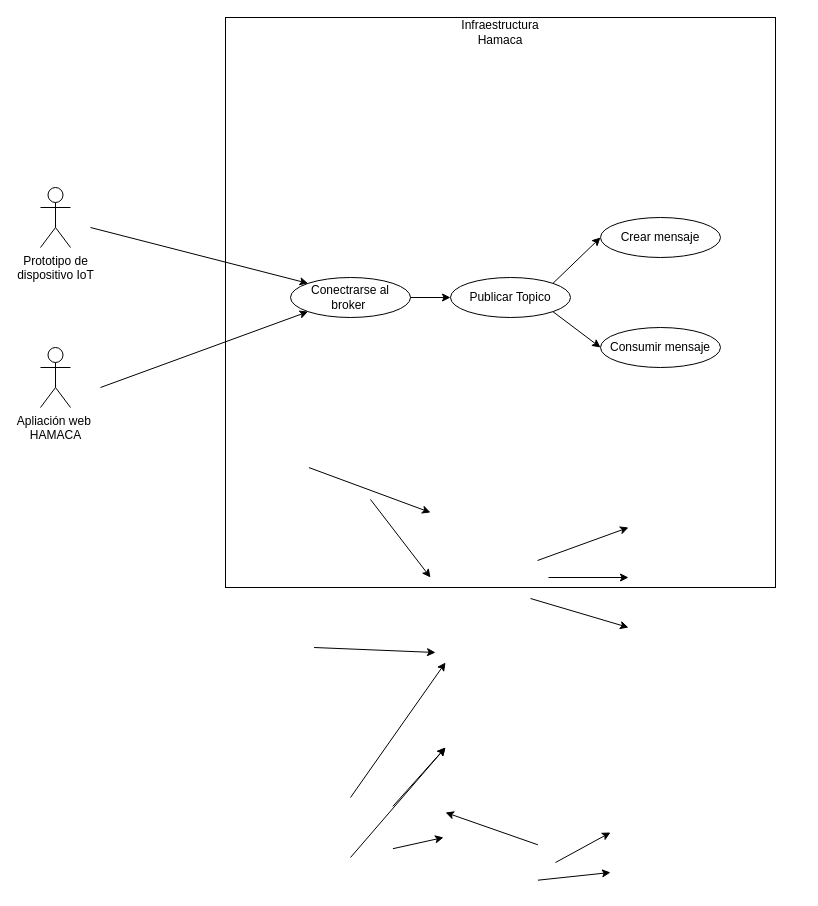
Above: page "Página-4" (4 of 4) of Esquematicos/Diagrama sin título.drawio in peterjuse/teg-documents (draw.io), before the change. Source tidied: cells renumbered, new cells numbered last; positions are measured from the earlier drawing's top-left corner, leaving out a move shared by most shapes. Both pictures are drawn from the tidied source at 100%, with x=0, y=0 at pixel (40, 17).
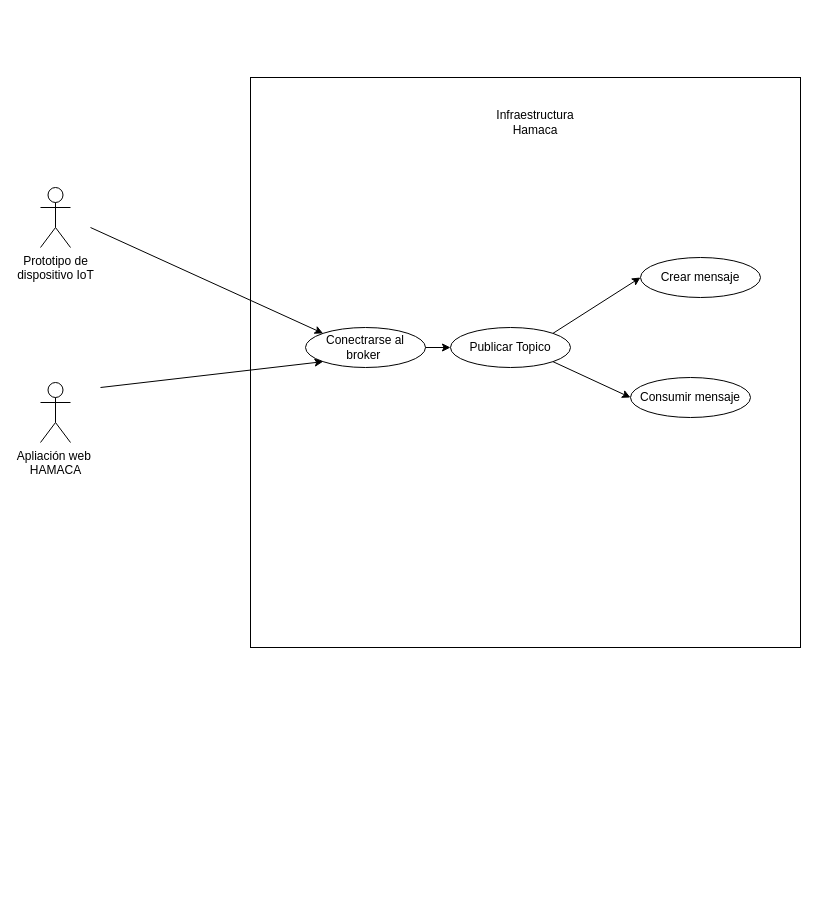
Above is the later version.

Change to the diagram source:
```diff
@@
     <mxCell id="3" style="rounded=0;whiteSpace=wrap;html=1;fillColor=none;" parent="1" vertex="1">
-      <mxGeometry x="185" width="550" height="570" as="geometry" />
+      <mxGeometry x="210" y="60" width="550" height="570" as="geometry" />
     </mxCell>
     <mxCell id="4" value="Conectrarse al broker&amp;nbsp;" style="ellipse;whiteSpace=wrap;html=1;fillColor=none;" parent="1" vertex="1">
-      <mxGeometry x="250" y="260" width="120" height="40" as="geometry" />
+      <mxGeometry x="265" y="310" width="120" height="40" as="geometry" />
     </mxCell>
     <mxCell id="5" value="Crear mensaje" style="ellipse;whiteSpace=wrap;html=1;fillColor=none;" parent="1" vertex="1">
-      <mxGeometry x="560" y="200" width="120" height="40" as="geometry" />
+      <mxGeometry x="600" y="240" width="120" height="40" as="geometry" />
     </mxCell>
@@
     <mxCell id="7" value="Publicar Topico" style="ellipse;whiteSpace=wrap;html=1;fillColor=none;" parent="1" vertex="1">
-      <mxGeometry x="410" y="260" width="120" height="40" as="geometry" />
+      <mxGeometry x="410" y="310" width="120" height="40" as="geometry" />
     </mxCell>
@@
-    <mxCell id="9" style="endArrow=classic;html=1;rounded=0;entryX=0;entryY=0.5;entryDx=0;entryDy=0;exitX=1;exitY=0;exitDx=0;exitDy=0;" parent="1" edge="1">
-      <mxGeometry relative="1" as="geometry">
-        <mxPoint x="497" y="543" as="sourcePoint" />
-        <mxPoint x="588" y="510" as="targetPoint" />
-      </mxGeometry>
-    </mxCell>
-    <mxCell id="10" style="endArrow=classic;html=1;rounded=0;entryX=0;entryY=0.5;entryDx=0;entryDy=0;exitX=1;exitY=1;exitDx=0;exitDy=0;" parent="1" edge="1">
-      <mxGeometry relative="1" as="geometry">
-        <mxPoint x="490" y="581" as="sourcePoint" />
-        <mxPoint x="588" y="610" as="targetPoint" />
-      </mxGeometry>
-    </mxCell>
-    <mxCell id="11" style="edgeStyle=orthogonalEdgeStyle;rounded=0;orthogonalLoop=1;jettySize=auto;html=1;exitX=1;exitY=0.5;exitDx=0;exitDy=0;" parent="1" edge="1">
-      <mxGeometry relative="1" as="geometry">
-        <mxPoint x="508" y="560" as="sourcePoint" />
-        <mxPoint x="588" y="560" as="targetPoint" />
-      </mxGeometry>
-    </mxCell>
-    <mxCell id="12" style="endArrow=classic;html=1;rounded=0;entryX=0;entryY=0.5;entryDx=0;entryDy=0;exitX=1;exitY=0.5;exitDx=0;exitDy=0;" parent="1" edge="1">
-      <mxGeometry relative="1" as="geometry">
-        <mxPoint x="330" y="482" as="sourcePoint" />
-        <mxPoint x="390" y="560" as="targetPoint" />
-      </mxGeometry>
-    </mxCell>
-    <mxCell id="13" style="endArrow=classic;html=1;rounded=0;exitX=1;exitY=1;exitDx=0;exitDy=0;entryX=0;entryY=0.5;entryDx=0;entryDy=0;" parent="1" edge="1">
-      <mxGeometry relative="1" as="geometry">
-        <mxPoint x="273.6" y="630" as="sourcePoint" />
-        <mxPoint x="395" y="635" as="targetPoint" />
-      </mxGeometry>
-    </mxCell>
-    <mxCell id="14" style="endArrow=classic;html=1;rounded=0;entryX=0;entryY=0.5;entryDx=0;entryDy=0;exitX=1;exitY=0;exitDx=0;exitDy=0;" parent="1" edge="1">
-      <mxGeometry relative="1" as="geometry">
-        <mxPoint x="268.5" y="450.1" as="sourcePoint" />
-        <mxPoint x="390" y="495" as="targetPoint" />
-      </mxGeometry>
-    </mxCell>
-    <mxCell id="15" style="endArrow=classic;html=1;rounded=0;exitX=0.5;exitY=0;exitDx=0;exitDy=0;entryX=0;entryY=0.5;entryDx=0;entryDy=0;" parent="1" edge="1">
-      <mxGeometry relative="1" as="geometry">
-        <mxPoint x="310" y="780" as="sourcePoint" />
-        <mxPoint x="405" y="645" as="targetPoint" />
-      </mxGeometry>
-    </mxCell>
-    <mxCell id="16" style="endArrow=classic;html=1;rounded=0;exitX=1;exitY=0;exitDx=0;exitDy=0;entryX=0;entryY=0.5;entryDx=0;entryDy=0;" parent="1" edge="1">
-      <mxGeometry relative="1" as="geometry">
-        <mxPoint x="352.4" y="788.8" as="sourcePoint" />
-        <mxPoint x="405" y="730" as="targetPoint" />
-      </mxGeometry>
-    </mxCell>
-    <mxCell id="17" style="endArrow=classic;html=1;rounded=0;exitX=1;exitY=1;exitDx=0;exitDy=0;entryX=0;entryY=0.5;entryDx=0;entryDy=0;" parent="1" edge="1">
-      <mxGeometry relative="1" as="geometry">
-        <mxPoint x="352.4" y="831.2" as="sourcePoint" />
-        <mxPoint x="403" y="820" as="targetPoint" />
-      </mxGeometry>
-    </mxCell>
-    <mxCell id="18" style="endArrow=classic;html=1;rounded=0;exitX=0.5;exitY=1;exitDx=0;exitDy=0;entryX=0;entryY=0.5;entryDx=0;entryDy=0;" parent="1" edge="1">
-      <mxGeometry relative="1" as="geometry">
-        <mxPoint x="310" y="840" as="sourcePoint" />
-        <mxPoint x="405" y="730" as="targetPoint" />
-      </mxGeometry>
-    </mxCell>
-    <mxCell id="19" style="endArrow=classic;html=1;rounded=0;exitX=1;exitY=0;exitDx=0;exitDy=0;entryX=0;entryY=0.5;entryDx=0;entryDy=0;" parent="1" edge="1">
-      <mxGeometry relative="1" as="geometry">
-        <mxPoint x="497.4" y="827.3" as="sourcePoint" />
-        <mxPoint x="405" y="795" as="targetPoint" />
-      </mxGeometry>
-    </mxCell>
-    <mxCell id="20" style="endArrow=classic;html=1;rounded=0;entryX=0;entryY=0.5;entryDx=0;entryDy=0;exitX=1;exitY=0.5;exitDx=0;exitDy=0;" parent="1" edge="1">
-      <mxGeometry relative="1" as="geometry">
-        <mxPoint x="515" y="845" as="sourcePoint" />
-        <mxPoint x="570" y="815" as="targetPoint" />
-      </mxGeometry>
-    </mxCell>
-    <mxCell id="21" style="endArrow=classic;html=1;rounded=0;exitX=1;exitY=1;exitDx=0;exitDy=0;entryX=0;entryY=0.5;entryDx=0;entryDy=0;" parent="1" edge="1">
-      <mxGeometry relative="1" as="geometry">
-        <mxPoint x="497.4" y="862.7" as="sourcePoint" />
-        <mxPoint x="570" y="855" as="targetPoint" />
-      </mxGeometry>
-    </mxCell>
     <mxCell id="22" value="Infraestructura &lt;br&gt;Hamaca" style="text;html=1;strokeColor=none;fillColor=none;align=center;verticalAlign=middle;whiteSpace=wrap;rounded=0;" parent="1" vertex="1">
-      <mxGeometry x="385" width="150" height="30" as="geometry" />
+      <mxGeometry x="420" y="90" width="150" height="30" as="geometry" />
     </mxCell>
@@
     <mxCell id="24" value="Consumir mensaje" style="ellipse;whiteSpace=wrap;html=1;fillColor=none;" parent="1" vertex="1">
-      <mxGeometry x="560" y="310" width="120" height="40" as="geometry" />
+      <mxGeometry x="590" y="360" width="120" height="40" as="geometry" />
     </mxCell>
@@
     <mxCell id="26" value="Apliación web&amp;nbsp;&lt;br&gt;HAMACA" style="shape=umlActor;verticalLabelPosition=bottom;verticalAlign=top;html=1;" parent="1" vertex="1">
-      <mxGeometry y="330" width="30" height="60" as="geometry" />
+      <mxGeometry y="365" width="30" height="60" as="geometry" />
     </mxCell>
```
